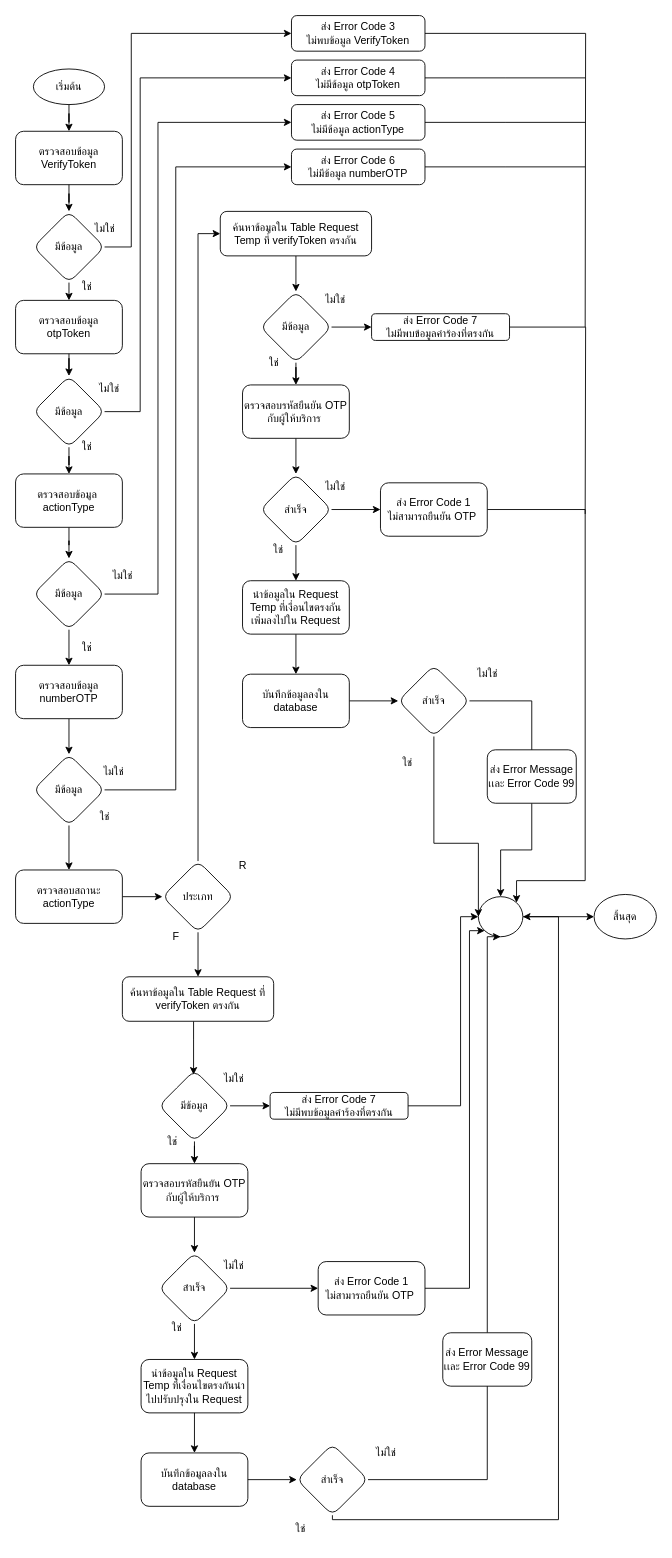
charifrodmanee/charifrodmanee keeps this draw.io diagram as VerifyOTPByTel.drawio. Above is the earlier version. Source tidied: cells renumbered, new cells numbered last; positions are measured from the earlier drawing's top-left corner, leaving out a move shared by most shapes. Both pictures are drawn from the tidied source at 89%, with x=0, y=0 at pixel (15, 15).
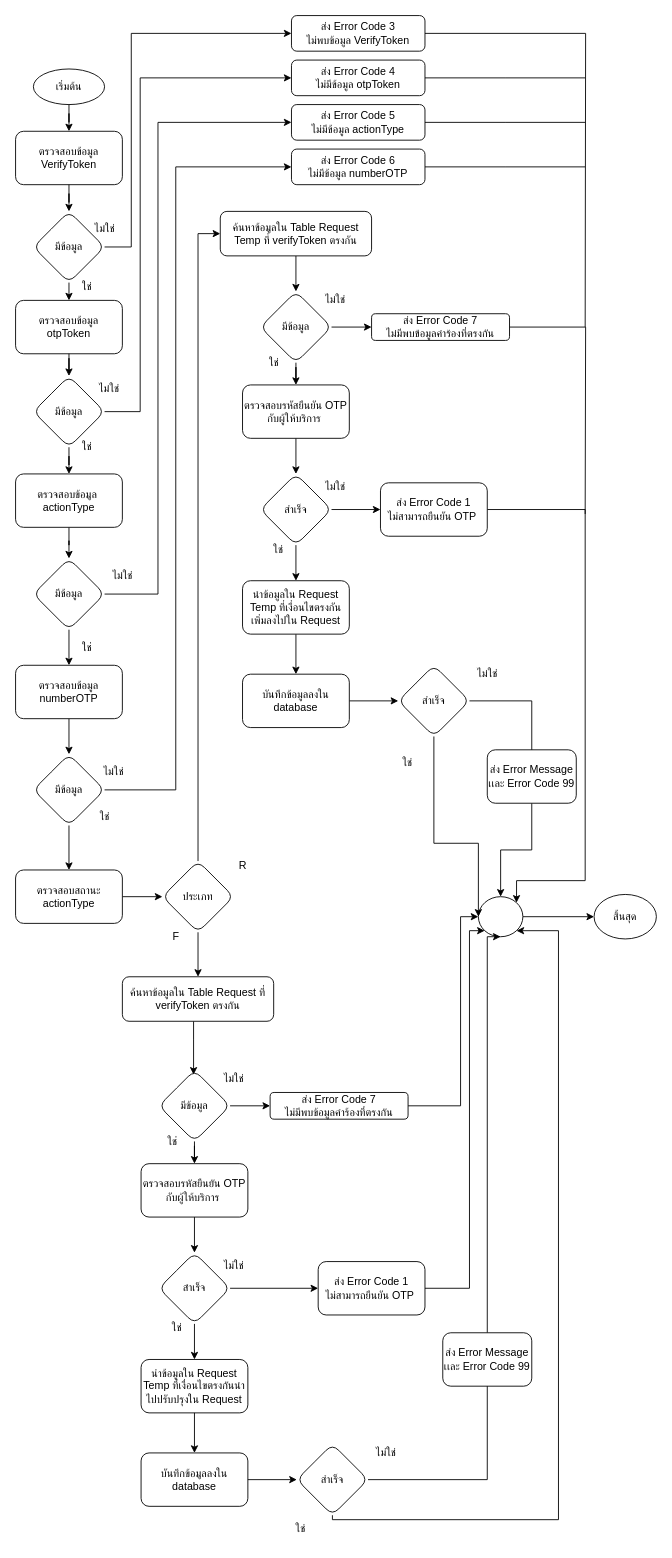
The same diagram, later.

The change refers to these unchanged cells:
```xml
<mxCell id="72" style="ellipse;whiteSpace=wrap;html=1;" parent="1" vertex="1">
  <mxGeometry x="520" y="990" width="50" height="45" as="geometry" />
</mxCell>
<mxCell id="100" value="สำเร็จ" style="rhombus;whiteSpace=wrap;html=1;rounded=1;" parent="1" vertex="1">
  <mxGeometry x="316" y="1605" width="80" height="80" as="geometry" />
</mxCell>
```

Change to the diagram source:
```diff
@@
-    <mxCell id="99" style="edgeStyle=orthogonalEdgeStyle;rounded=0;jettySize=auto;html=1;entryX=1;entryY=0.5;entryDx=0;entryDy=0;exitX=0.5;exitY=1;exitDx=0;exitDy=0;" parent="1" edge="1" source="100" target="72">
+    <mxCell id="99" style="edgeStyle=orthogonalEdgeStyle;rounded=0;jettySize=auto;html=1;entryX=1;entryY=1;entryDx=0;entryDy=0;exitX=0.5;exitY=1;exitDx=0;exitDy=0;" parent="1" edge="1" source="100" target="72">
       <mxGeometry relative="1" as="geometry">
         <Array as="points">
           <mxPoint x="356" y="1690" />
           <mxPoint x="610" y="1690" />
-          <mxPoint x="610" y="1012" />
+          <mxPoint x="610" y="1028" />
+          <mxPoint x="563" y="1028" />
         </Array>
       </mxGeometry>
     </mxCell>
```
